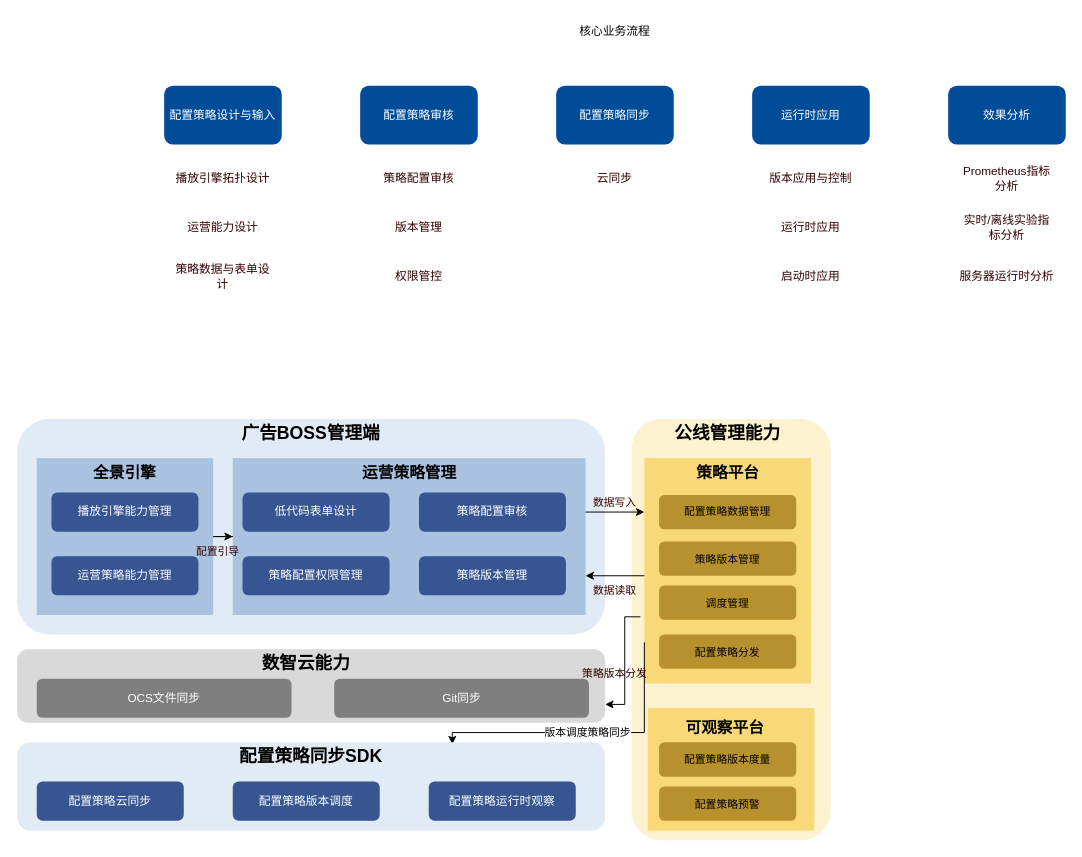
Earlier version of the draw.io diagram page "BOSS运营配置-业务架构-business architeture" (3 of 4) of universal-engine/boss_configuration.drawio (karlchan-cn/drawio-repository). Source tidied: cells renumbered, new cells numbered last; positions are measured from the earlier drawing's top-left corner, leaving out a move shared by most shapes. Both pictures are drawn from the tidied source at 98%, with x=0, y=0 at pixel (17, 17).
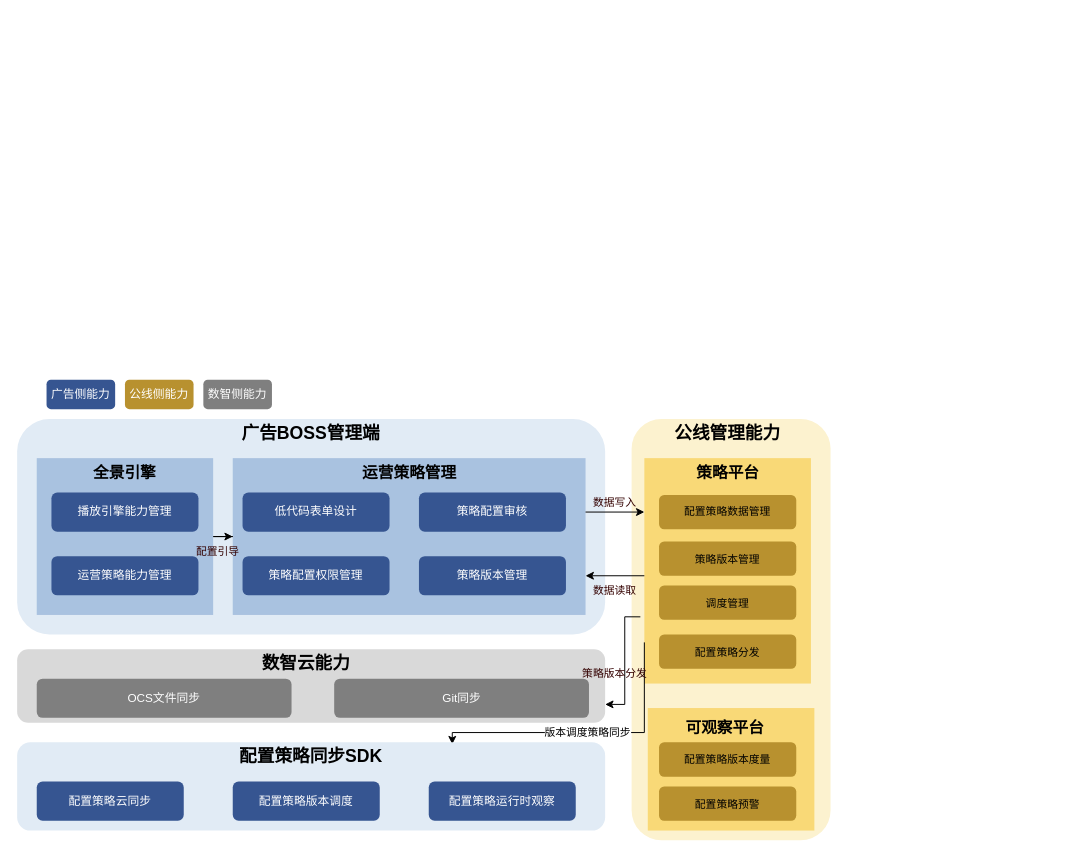
The same diagram, later.

Change to the diagram source:
```diff
@@
-    <mxCell id="5" value="&lt;font color=&quot;#ffffff&quot;&gt;配置策略设计与输入&lt;/font&gt;" style="rounded=1;whiteSpace=wrap;html=1;fillColor=#004C99;strokeColor=none;" parent="1" vertex="1">
-      <mxGeometry x="150" y="70" width="120" height="60" as="geometry" />
-    </mxCell>
@@
-    <mxCell id="7" value="核心业务流程" style="text;html=1;strokeColor=none;fillColor=none;align=center;verticalAlign=middle;whiteSpace=wrap;rounded=0;" parent="1" vertex="1">
-      <mxGeometry x="465" width="290" height="30" as="geometry" />
-    </mxCell>
-    <mxCell id="8" value="&lt;font color=&quot;#ffffff&quot;&gt;配置策略审核&lt;/font&gt;" style="rounded=1;whiteSpace=wrap;html=1;fillColor=#004C99;strokeColor=none;" parent="1" vertex="1">
-      <mxGeometry x="350" y="70" width="120" height="60" as="geometry" />
-    </mxCell>
-    <mxCell id="9" value="&lt;font color=&quot;#ffffff&quot;&gt;配置策略同步&lt;/font&gt;" style="rounded=1;whiteSpace=wrap;html=1;fillColor=#004C99;strokeColor=none;" parent="1" vertex="1">
-      <mxGeometry x="550" y="70" width="120" height="60" as="geometry" />
-    </mxCell>
-    <mxCell id="10" value="&lt;font color=&quot;#ffffff&quot;&gt;运行时应用&lt;/font&gt;" style="rounded=1;whiteSpace=wrap;html=1;fillColor=#004C99;strokeColor=none;" parent="1" vertex="1">
-      <mxGeometry x="750" y="70" width="120" height="60" as="geometry" />
-    </mxCell>
-    <mxCell id="11" value="&lt;font color=&quot;#ffffff&quot;&gt;效果分析&lt;/font&gt;" style="rounded=1;whiteSpace=wrap;html=1;fillColor=#004C99;strokeColor=none;" parent="1" vertex="1">
-      <mxGeometry x="950" y="70" width="120" height="60" as="geometry" />
-    </mxCell>
-    <mxCell id="12" value="播放引擎拓扑设计" style="text;html=1;strokeColor=none;fillColor=none;align=center;verticalAlign=middle;whiteSpace=wrap;rounded=0;fontColor=#330000;" parent="1" vertex="1">
-      <mxGeometry x="160" y="150" width="100" height="30" as="geometry" />
-    </mxCell>
-    <mxCell id="13" value="运营能力设计" style="text;html=1;strokeColor=none;fillColor=none;align=center;verticalAlign=middle;whiteSpace=wrap;rounded=0;fontColor=#330000;" parent="1" vertex="1">
-      <mxGeometry x="160" y="200" width="100" height="30" as="geometry" />
-    </mxCell>
-    <mxCell id="14" value="策略数据与表单设计" style="text;html=1;strokeColor=none;fillColor=none;align=center;verticalAlign=middle;whiteSpace=wrap;rounded=0;fontColor=#330000;" parent="1" vertex="1">
-      <mxGeometry x="160" y="250" width="100" height="30" as="geometry" />
-    </mxCell>
-    <mxCell id="15" value="策略配置审核" style="text;html=1;strokeColor=none;fillColor=none;align=center;verticalAlign=middle;whiteSpace=wrap;rounded=0;fontColor=#330000;" parent="1" vertex="1">
-      <mxGeometry x="360" y="150" width="100" height="30" as="geometry" />
-    </mxCell>
-    <mxCell id="16" value="版本管理" style="text;html=1;strokeColor=none;fillColor=none;align=center;verticalAlign=middle;whiteSpace=wrap;rounded=0;fontColor=#330000;" parent="1" vertex="1">
-      <mxGeometry x="360" y="200" width="100" height="30" as="geometry" />
-    </mxCell>
-    <mxCell id="17" value="云同步" style="text;html=1;strokeColor=none;fillColor=none;align=center;verticalAlign=middle;whiteSpace=wrap;rounded=0;fontColor=#330000;" parent="1" vertex="1">
-      <mxGeometry x="560" y="150" width="100" height="30" as="geometry" />
-    </mxCell>
-    <mxCell id="18" value="运行时应用" style="text;html=1;strokeColor=none;fillColor=none;align=center;verticalAlign=middle;whiteSpace=wrap;rounded=0;fontColor=#330000;" parent="1" vertex="1">
-      <mxGeometry x="760" y="200" width="100" height="30" as="geometry" />
-    </mxCell>
-    <mxCell id="19" value="Prometheus指标分析" style="text;html=1;strokeColor=none;fillColor=none;align=center;verticalAlign=middle;whiteSpace=wrap;rounded=0;fontColor=#330000;" parent="1" vertex="1">
-      <mxGeometry x="960" y="150" width="100" height="30" as="geometry" />
-    </mxCell>
-    <mxCell id="20" value="启动时应用" style="text;html=1;strokeColor=none;fillColor=none;align=center;verticalAlign=middle;whiteSpace=wrap;rounded=0;fontColor=#330000;" parent="1" vertex="1">
-      <mxGeometry x="760" y="250" width="100" height="30" as="geometry" />
-    </mxCell>
-    <mxCell id="21" value="版本应用与控制" style="text;html=1;strokeColor=none;fillColor=none;align=center;verticalAlign=middle;whiteSpace=wrap;rounded=0;fontColor=#330000;" parent="1" vertex="1">
-      <mxGeometry x="760" y="150" width="100" height="30" as="geometry" />
-    </mxCell>
-    <mxCell id="22" value="实时/离线实验指标分析" style="text;html=1;strokeColor=none;fillColor=none;align=center;verticalAlign=middle;whiteSpace=wrap;rounded=0;fontColor=#330000;" parent="1" vertex="1">
-      <mxGeometry x="960" y="200" width="100" height="30" as="geometry" />
-    </mxCell>
-    <mxCell id="23" value="服务器运行时分析" style="text;html=1;strokeColor=none;fillColor=none;align=center;verticalAlign=middle;whiteSpace=wrap;rounded=0;fontColor=#330000;" parent="1" vertex="1">
-      <mxGeometry x="960" y="250" width="100" height="30" as="geometry" />
-    </mxCell>
-    <mxCell id="24" value="权限管控" style="text;html=1;strokeColor=none;fillColor=none;align=center;verticalAlign=middle;whiteSpace=wrap;rounded=0;fontColor=#330000;" parent="1" vertex="1">
-      <mxGeometry x="360" y="250" width="100" height="30" as="geometry" />
-    </mxCell>
@@
+    <mxCell id="63" value="&lt;font color=&quot;#ffffff&quot;&gt;广告侧能力&lt;/font&gt;" style="rounded=1;whiteSpace=wrap;html=1;fontColor=#330000;fillColor=#365591;strokeColor=none;" parent="1" vertex="1">
+      <mxGeometry x="30" y="370" width="70" height="30" as="geometry" />
+    </mxCell>
+    <mxCell id="64" value="&lt;font color=&quot;#ffffff&quot;&gt;公线侧能力&lt;/font&gt;" style="rounded=1;whiteSpace=wrap;html=1;fontColor=#330000;fillColor=#B8912F;strokeColor=none;" parent="1" vertex="1">
+      <mxGeometry x="110" y="370" width="70" height="30" as="geometry" />
+    </mxCell>
+    <mxCell id="65" value="&lt;font color=&quot;#ffffff&quot;&gt;数智侧能力&lt;/font&gt;" style="rounded=1;whiteSpace=wrap;html=1;fontColor=#330000;fillColor=#7F7F7F;strokeColor=none;" parent="1" vertex="1">
+      <mxGeometry x="190" y="370" width="70" height="30" as="geometry" />
+    </mxCell>
```
